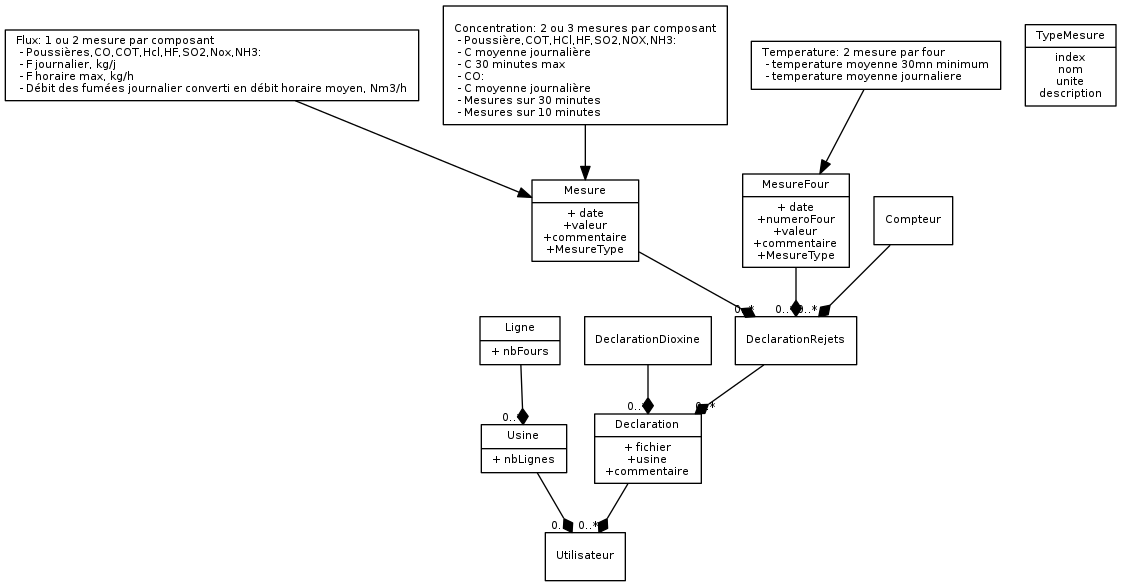
Earlier version of the Graphviz export documentation/domain.png (MTES-MCT/aeris). Its source is kept beside it as documentation/domain.dot. The source it was exported from:
```dot
/*
Generate png with. Requires graphviz
$ dot -Tpng domain.dot -o domain.png
*/
digraph G {
        fontname = "Bitstream Vera Sans"
        fontsize = 8

        node [
                fontname = "Bitstream Vera Sans"
                fontsize = 8
                shape = "record"
        ]

        edge [
                fontname = "Bitstream Vera Sans"
                fontsize = 8
        ]

        Utilisateur []
        Usine [label = "{Usine|+ nbLignes}"]
        Ligne [label = "{Ligne|+ nbFours}"]
        Declaration [label = "{Declaration|+ fichier\n+usine\n+commentaire}"]
        DeclarationDioxine []
        DeclarationRejets []

        TypeMesure [label = "{TypeMesure|index\nnom\nunite\ndescription}"]
        Mesure [label = "{Mesure|+ date\n+valeur\n+commentaire\n+MesureType}"]
        MesureFour [label = "{MesureFour|+ date\n+numeroFour\n+valeur\n+commentaire\n+MesureType}"]

        NoteMesureFlux [label="Flux: 1 ou 2 mesure par composant
\l - Poussières,CO,COT,Hcl,HF,SO2,Nox,NH3:
\l  - F journalier, kg/j
\l  - F horaire max, kg/h
\l - Débit des fumées journalier converti en débit horaire moyen, Nm3/h
\l"]

        NoteMesureConcentration [label="
\lConcentration: 2 ou 3 mesures par composant
\l - Poussière,COT,HCl,HF,SO2,NOX,NH3:
\l  - C moyenne journalière
\l  - C 30 minutes max
\l - CO:
\l  - C moyenne journalière
\l  - Mesures sur 30 minutes
\l  - Mesures sur 10 minutes
\l"]

        NoteTemperature [label="Temperature: 2 mesure par four
\l - temperature moyenne 30mn minimum
\l - temperature moyenne journaliere
\l"]
        NoteMesureFlux -> Mesure
        NoteMesureConcentration -> Mesure
        NoteTemperature -> MesureFour

        edge [
                arrowhead = "diamond"
                headlabel = "0..*"
        ]

        Ligne ->  Usine -> Utilisateur

        DeclarationRejets -> Declaration
        DeclarationDioxine -> Declaration
        Declaration ->  Utilisateur

        Compteur -> DeclarationRejets
        Mesure -> DeclarationRejets
        MesureFour -> DeclarationRejets
}
```
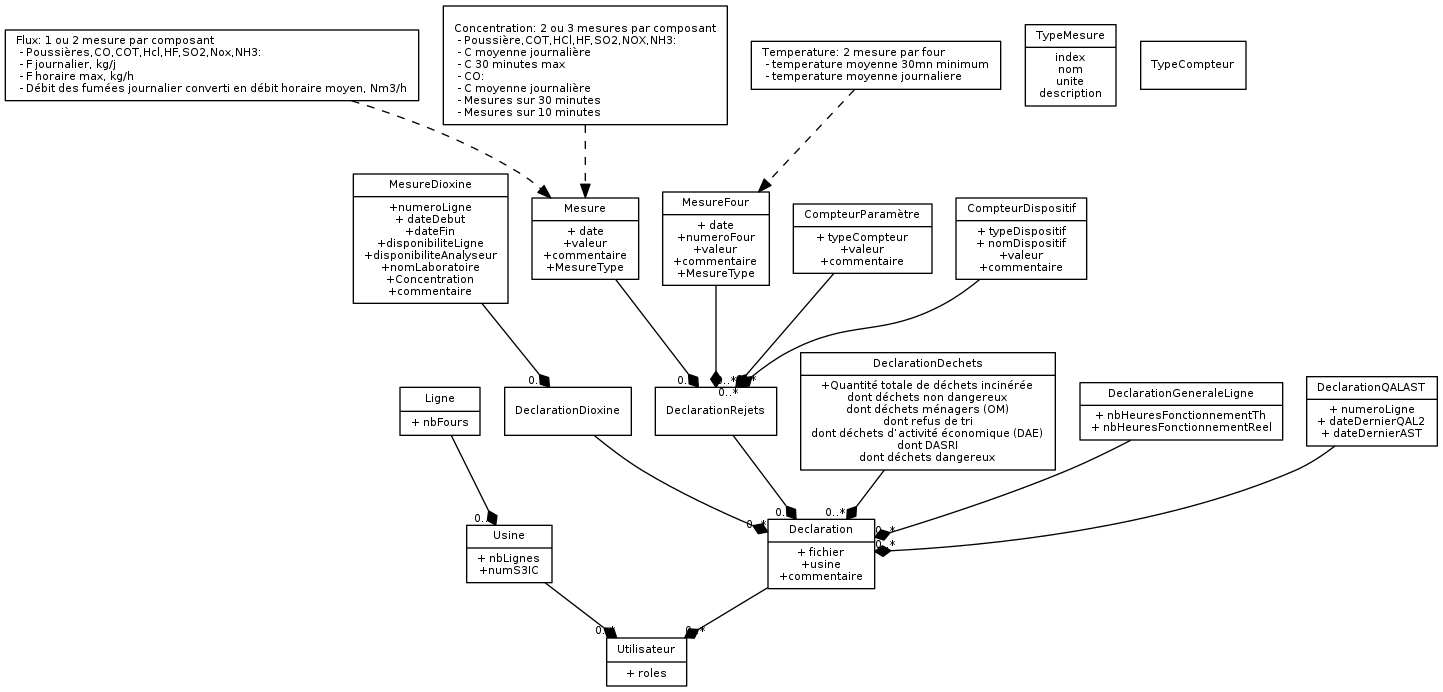
Above is the later version.

Commit message:
improved model

Change to the diagram source:
```diff
@@ -15,18 +15,26 @@
         edge [
                 fontname = "Bitstream Vera Sans"
                 fontsize = 8
+                style="filled"
         ]
 
-        Utilisateur []
-        Usine [label = "{Usine|+ nbLignes}"]
+        Utilisateur [label = "{Utilisateur|+ roles}"]
+        Usine [label = "{Usine|+ nbLignes\n+numS3IC}"]
         Ligne [label = "{Ligne|+ nbFours}"]
         Declaration [label = "{Declaration|+ fichier\n+usine\n+commentaire}"]
         DeclarationDioxine []
         DeclarationRejets []
 
+        DeclarationDechets [label = "{DeclarationDechets|+Quantité totale de déchets incinérée\ndont déchets non dangereux\ndont déchets ménagers (OM)\ndont refus de tri\ndont déchets d’activité économique (DAE)\ndont DASRI\ndont déchets dangereux
+}"]
+        DeclarationGeneraleLigne [label = "{DeclarationGeneraleLigne|+ nbHeuresFonctionnementTh\n+ nbHeuresFonctionnementReel}"]
+        DeclarationQALAST [label = "{DeclarationQALAST|+ numeroLigne\n+ dateDernierQAL2\n+ dateDernierAST}"]
+
         TypeMesure [label = "{TypeMesure|index\nnom\nunite\ndescription}"]
         Mesure [label = "{Mesure|+ date\n+valeur\n+commentaire\n+MesureType}"]
         MesureFour [label = "{MesureFour|+ date\n+numeroFour\n+valeur\n+commentaire\n+MesureType}"]
+
+        MesureDioxine [label = "{MesureDioxine|+numeroLigne\n+ dateDebut\n+dateFin\n+disponibiliteLigne\n+disponibiliteAnalyseur\n+nomLaboratoire\n+Concentration\n+commentaire\n}"]
 
         NoteMesureFlux [label="Flux: 1 ou 2 mesure par composant
 \l - Poussières,CO,COT,Hcl,HF,SO2,Nox,NH3:
@@ -50,6 +58,15 @@
 \l - temperature moyenne 30mn minimum
 \l - temperature moyenne journaliere
 \l"]
+
+        CompteurParamètre [label = "{CompteurParamètre|+ typeCompteur\n+valeur\n+commentaire}"]
+        CompteurDispositif [label = "{CompteurDispositif|+ typeDispositif\n+ nomDispositif\n+valeur\n+commentaire}"]
+        TypeCompteur [label = "{TypeCompteur}"]
+
+        edge [
+                style = "dashed"
+        ]
+
         NoteMesureFlux -> Mesure
         NoteMesureConcentration -> Mesure
         NoteTemperature -> MesureFour
@@ -57,15 +74,21 @@
         edge [
                 arrowhead = "diamond"
                 headlabel = "0..*"
+                style="filled"
         ]
 
         Ligne ->  Usine -> Utilisateur
+        Declaration ->  Utilisateur
+
+        DeclarationGeneraleLigne -> Declaration
+        DeclarationDechets -> Declaration
+        DeclarationQALAST -> Declaration
+
+        MesureDioxine -> DeclarationDioxine -> Declaration
 
         DeclarationRejets -> Declaration
-        DeclarationDioxine -> Declaration
-        Declaration ->  Utilisateur
-
-        Compteur -> DeclarationRejets
+        CompteurParamètre -> DeclarationRejets
+        CompteurDispositif -> DeclarationRejets
         Mesure -> DeclarationRejets
         MesureFour -> DeclarationRejets
 }
```
